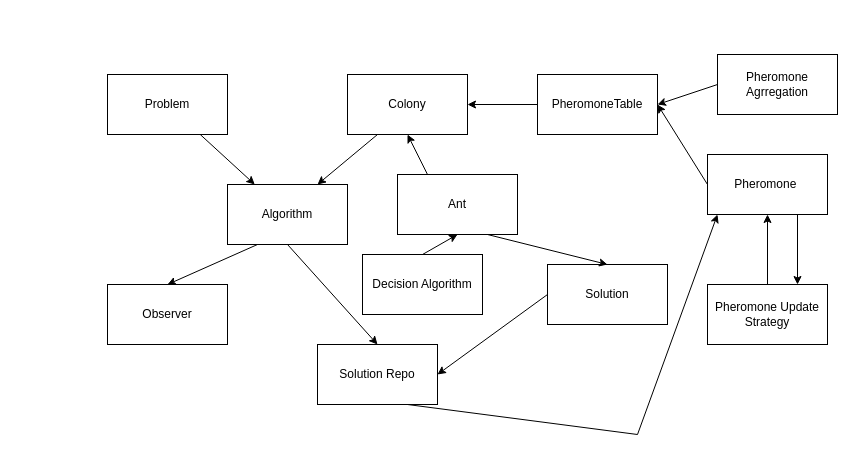
ZombiePy/ACOFramework keeps this draw.io diagram as architecture.drawio. Above is the earlier version. Source tidied: cells renumbered, new cells numbered last; positions are measured from the earlier drawing's top-left corner, leaving out a move shared by most shapes. Both pictures are drawn from the tidied source at 100%, with x=0, y=0 at pixel (107, 54).
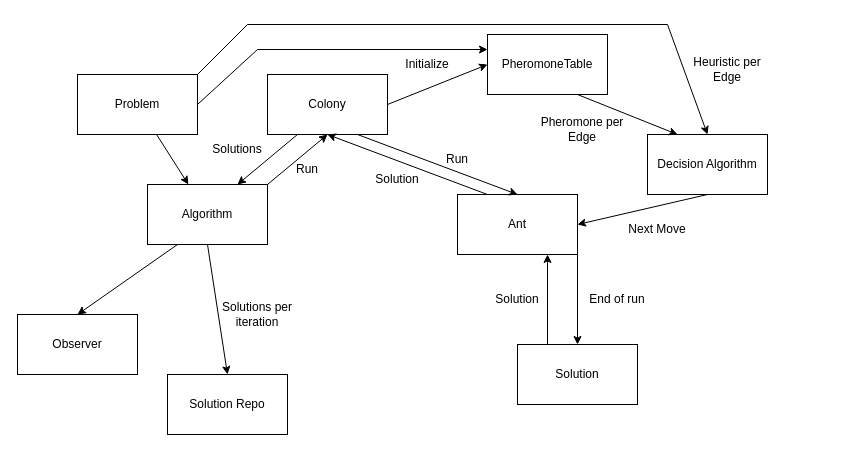
The same page after the edit.

What changed in the source:
```diff
@@
     <mxCell id="2" value="Observer" style="rounded=0;whiteSpace=wrap;html=1;" parent="1" vertex="1">
-      <mxGeometry y="230" width="120" height="60" as="geometry" />
+      <mxGeometry x="-90" y="260" width="120" height="60" as="geometry" />
     </mxCell>
@@
     <mxCell id="4" value="Problem" style="rounded=0;whiteSpace=wrap;html=1;" parent="1" vertex="1">
-      <mxGeometry y="20" width="120" height="60" as="geometry" />
+      <mxGeometry x="-30" y="20" width="120" height="60" as="geometry" />
     </mxCell>
@@
     <mxCell id="6" value="Algorithm" style="rounded=0;whiteSpace=wrap;html=1;" parent="1" vertex="1">
-      <mxGeometry x="120" y="130" width="120" height="60" as="geometry" />
+      <mxGeometry x="40" y="130" width="120" height="60" as="geometry" />
     </mxCell>
     <mxCell id="7" value="Colony" style="rounded=0;whiteSpace=wrap;html=1;" parent="1" vertex="1">
-      <mxGeometry x="240" y="20" width="120" height="60" as="geometry" />
+      <mxGeometry x="160" y="20" width="120" height="60" as="geometry" />
     </mxCell>
     <mxCell id="8" value="Ant" style="rounded=0;whiteSpace=wrap;html=1;" parent="1" vertex="1">
-      <mxGeometry x="290" y="120" width="120" height="60" as="geometry" />
+      <mxGeometry x="350" y="140" width="120" height="60" as="geometry" />
     </mxCell>
     <mxCell id="9" value="Decision Algorithm" style="rounded=0;whiteSpace=wrap;html=1;" parent="1" vertex="1">
-      <mxGeometry x="255" y="200" width="120" height="60" as="geometry" />
+      <mxGeometry x="540" y="80" width="120" height="60" as="geometry" />
     </mxCell>
     <mxCell id="10" value="Solution Repo" style="rounded=0;whiteSpace=wrap;html=1;" parent="1" vertex="1">
-      <mxGeometry x="210" y="290" width="120" height="60" as="geometry" />
+      <mxGeometry x="60" y="320" width="120" height="60" as="geometry" />
     </mxCell>
-    <mxCell id="11" value="Pheromone Agrregation" style="rounded=0;whiteSpace=wrap;html=1;" parent="1" vertex="1">
-      <mxGeometry x="610" width="120" height="60" as="geometry" />
-    </mxCell>
-    <mxCell id="12" value="Pheromone&amp;nbsp;" style="rounded=0;whiteSpace=wrap;html=1;" parent="1" vertex="1">
-      <mxGeometry x="600" y="100" width="120" height="60" as="geometry" />
-    </mxCell>
-    <mxCell id="13" value="Pheromone Update Strategy" style="rounded=0;whiteSpace=wrap;html=1;" parent="1" vertex="1">
-      <mxGeometry x="600" y="230" width="120" height="60" as="geometry" />
-    </mxCell>
     <mxCell id="14" value="Solution" style="rounded=0;whiteSpace=wrap;html=1;" parent="1" vertex="1">
-      <mxGeometry x="440" y="210" width="120" height="60" as="geometry" />
+      <mxGeometry x="410" y="290" width="120" height="60" as="geometry" />
     </mxCell>
@@
-    <mxCell id="17" style="edgeStyle=none;html=1;exitX=0.5;exitY=0;exitDx=0;exitDy=0;entryX=0.5;entryY=1;entryDx=0;entryDy=0;" parent="1" edge="1" source="9" target="8">
-      <mxGeometry relative="1" as="geometry" />
-    </mxCell>
-    <mxCell id="18" style="edgeStyle=none;html=1;entryX=0.5;entryY=0;entryDx=0;entryDy=0;exitX=0.75;exitY=1;exitDx=0;exitDy=0;" parent="1" edge="1" source="8" target="14">
+    <mxCell id="18" style="edgeStyle=none;html=1;entryX=0.5;entryY=0;entryDx=0;entryDy=0;exitX=1;exitY=1;exitDx=0;exitDy=0;" parent="1" edge="1" source="8" target="14">
       <mxGeometry relative="1" as="geometry" />
     </mxCell>
-    <mxCell id="19" style="edgeStyle=none;html=1;exitX=0;exitY=0.5;exitDx=0;exitDy=0;entryX=1;entryY=0.5;entryDx=0;entryDy=0;" parent="1" edge="1" source="14" target="10">
+    <mxCell id="19" style="edgeStyle=none;html=1;exitX=0.25;exitY=0;exitDx=0;exitDy=0;entryX=0.75;entryY=1;entryDx=0;entryDy=0;" parent="1" edge="1" source="14" target="8">
       <mxGeometry relative="1" as="geometry" />
     </mxCell>
@@
-    <mxCell id="21" style="edgeStyle=none;html=1;exitX=0;exitY=0.5;exitDx=0;exitDy=0;entryX=1;entryY=0.5;entryDx=0;entryDy=0;" parent="1" edge="1" source="11" target="27">
-      <mxGeometry relative="1" as="geometry" />
-    </mxCell>
-    <mxCell id="22" style="edgeStyle=none;html=1;exitX=0;exitY=0.5;exitDx=0;exitDy=0;entryX=1;entryY=0.5;entryDx=0;entryDy=0;" parent="1" edge="1" source="12" target="27">
-      <mxGeometry relative="1" as="geometry" />
-    </mxCell>
-    <mxCell id="23" style="edgeStyle=none;html=1;exitX=0.5;exitY=0;exitDx=0;exitDy=0;entryX=0.5;entryY=1;entryDx=0;entryDy=0;" parent="1" edge="1" source="13" target="12">
-      <mxGeometry relative="1" as="geometry" />
-    </mxCell>
-    <mxCell id="24" style="edgeStyle=none;html=1;" parent="1" edge="1">
-      <mxGeometry relative="1" as="geometry">
-        <mxPoint x="530" y="380" as="sourcePoint" />
-        <mxPoint x="610" y="160" as="targetPoint" />
-      </mxGeometry>
-    </mxCell>
-    <mxCell id="25" style="endArrow=none;html=1;rounded=0;exitX=0.75;exitY=1;exitDx=0;exitDy=0;" parent="1" edge="1" source="10">
-      <mxGeometry relative="1" as="geometry">
-        <mxPoint x="530" y="380" as="targetPoint" />
-      </mxGeometry>
-    </mxCell>
-    <mxCell id="26" style="edgeStyle=orthogonalEdgeStyle;rounded=0;jettySize=auto;html=1;" parent="1" edge="1" source="27" target="7">
-      <mxGeometry relative="1" as="geometry" />
-    </mxCell>
     <mxCell id="27" value="PheromoneTable" style="rounded=0;whiteSpace=wrap;html=1;" parent="1" vertex="1">
-      <mxGeometry x="430" y="20" width="120" height="60" as="geometry" />
+      <mxGeometry x="380" y="-20" width="120" height="60" as="geometry" />
     </mxCell>
-    <mxCell id="28" style="edgeStyle=none;html=1;exitX=0.75;exitY=1;exitDx=0;exitDy=0;entryX=0.75;entryY=0;entryDx=0;entryDy=0;" parent="1" edge="1" source="12" target="13">
-      <mxGeometry relative="1" as="geometry" />
-    </mxCell>
+    <mxCell id="29" value="Solutions per iteration" style="text;html=1;strokeColor=none;fillColor=none;align=center;verticalAlign=middle;whiteSpace=wrap;rounded=0;" parent="1" vertex="1">
+      <mxGeometry x="110" y="240" width="80" height="40" as="geometry" />
+    </mxCell>
+    <mxCell id="30" style="edgeStyle=none;html=1;exitX=1;exitY=0;exitDx=0;exitDy=0;entryX=0.5;entryY=1;entryDx=0;entryDy=0;" parent="1" edge="1" source="6" target="7">
+      <mxGeometry relative="1" as="geometry" />
+    </mxCell>
+    <mxCell id="31" value="Run" style="text;html=1;strokeColor=none;fillColor=none;align=center;verticalAlign=middle;whiteSpace=wrap;rounded=0;" parent="1" vertex="1">
+      <mxGeometry x="170" y="100" width="60" height="30" as="geometry" />
+    </mxCell>
+    <mxCell id="32" value="Solutions" style="text;html=1;strokeColor=none;fillColor=none;align=center;verticalAlign=middle;whiteSpace=wrap;rounded=0;" parent="1" vertex="1">
+      <mxGeometry x="100" y="80" width="60" height="30" as="geometry" />
+    </mxCell>
+    <mxCell id="33" style="edgeStyle=none;html=1;exitX=0.75;exitY=1;exitDx=0;exitDy=0;entryX=0.5;entryY=0;entryDx=0;entryDy=0;" parent="1" edge="1" source="7" target="8">
+      <mxGeometry relative="1" as="geometry" />
+    </mxCell>
+    <mxCell id="34" value="Run" style="text;html=1;strokeColor=none;fillColor=none;align=center;verticalAlign=middle;whiteSpace=wrap;rounded=0;" parent="1" vertex="1">
+      <mxGeometry x="320" y="90" width="60" height="30" as="geometry" />
+    </mxCell>
+    <mxCell id="35" value="Solution" style="text;html=1;strokeColor=none;fillColor=none;align=center;verticalAlign=middle;whiteSpace=wrap;rounded=0;" parent="1" vertex="1">
+      <mxGeometry x="260" y="110" width="60" height="30" as="geometry" />
+    </mxCell>
+    <mxCell id="36" style="endArrow=classic;html=1;rounded=0;entryX=0;entryY=0.5;entryDx=0;entryDy=0;exitX=1;exitY=0.5;exitDx=0;exitDy=0;" parent="1" edge="1" source="7" target="27">
+      <mxGeometry relative="1" as="geometry" />
+    </mxCell>
+    <mxCell id="37" style="endArrow=classic;html=1;rounded=0;exitX=1;exitY=0.5;exitDx=0;exitDy=0;entryX=0;entryY=0.25;entryDx=0;entryDy=0;" parent="1" edge="1" source="4" target="27">
+      <mxGeometry relative="1" as="geometry">
+        <Array as="points">
+          <mxPoint x="150" y="-5" />
+        </Array>
+      </mxGeometry>
+    </mxCell>
+    <mxCell id="38" value="Initialize" style="text;html=1;strokeColor=none;fillColor=none;align=center;verticalAlign=middle;whiteSpace=wrap;rounded=0;" parent="1" vertex="1">
+      <mxGeometry x="290" y="-5" width="60" height="30" as="geometry" />
+    </mxCell>
+    <mxCell id="39" style="endArrow=classic;html=1;rounded=0;entryX=0.25;entryY=0;entryDx=0;entryDy=0;exitX=0.75;exitY=1;exitDx=0;exitDy=0;" parent="1" edge="1" source="27" target="9">
+      <mxGeometry relative="1" as="geometry" />
+    </mxCell>
+    <mxCell id="40" style="endArrow=classic;html=1;rounded=0;exitX=1;exitY=0;exitDx=0;exitDy=0;entryX=0.5;entryY=0;entryDx=0;entryDy=0;" parent="1" edge="1" source="4" target="9">
+      <mxGeometry relative="1" as="geometry">
+        <Array as="points">
+          <mxPoint x="140" y="-30" />
+          <mxPoint x="560" y="-30" />
+        </Array>
+      </mxGeometry>
+    </mxCell>
+    <mxCell id="41" value="Pheromone per Edge" style="text;html=1;strokeColor=none;fillColor=none;align=center;verticalAlign=middle;whiteSpace=wrap;rounded=0;" parent="1" vertex="1">
+      <mxGeometry x="420" y="50" width="110" height="50" as="geometry" />
+    </mxCell>
+    <mxCell id="42" value="Heuristic per Edge" style="text;html=1;strokeColor=none;fillColor=none;align=center;verticalAlign=middle;whiteSpace=wrap;rounded=0;" parent="1" vertex="1">
+      <mxGeometry x="580" y="-5" width="80" height="40" as="geometry" />
+    </mxCell>
+    <mxCell id="17" style="endArrow=classic;html=1;rounded=0;exitX=0.5;exitY=1;exitDx=0;exitDy=0;entryX=1;entryY=0.5;entryDx=0;entryDy=0;" parent="1" edge="1" source="9" target="8">
+      <mxGeometry relative="1" as="geometry" />
+    </mxCell>
+    <mxCell id="43" value="Next Move" style="text;html=1;strokeColor=none;fillColor=none;align=center;verticalAlign=middle;whiteSpace=wrap;rounded=0;" parent="1" vertex="1">
+      <mxGeometry x="520" y="160" width="60" height="30" as="geometry" />
+    </mxCell>
+    <mxCell id="44" value="End of run" style="text;html=1;strokeColor=none;fillColor=none;align=center;verticalAlign=middle;whiteSpace=wrap;rounded=0;" parent="1" vertex="1">
+      <mxGeometry x="480" y="230" width="60" height="30" as="geometry" />
+    </mxCell>
+    <mxCell id="45" value="Solution" style="text;html=1;strokeColor=none;fillColor=none;align=center;verticalAlign=middle;whiteSpace=wrap;rounded=0;" parent="1" vertex="1">
+      <mxGeometry x="380" y="230" width="60" height="30" as="geometry" />
+    </mxCell>
```
